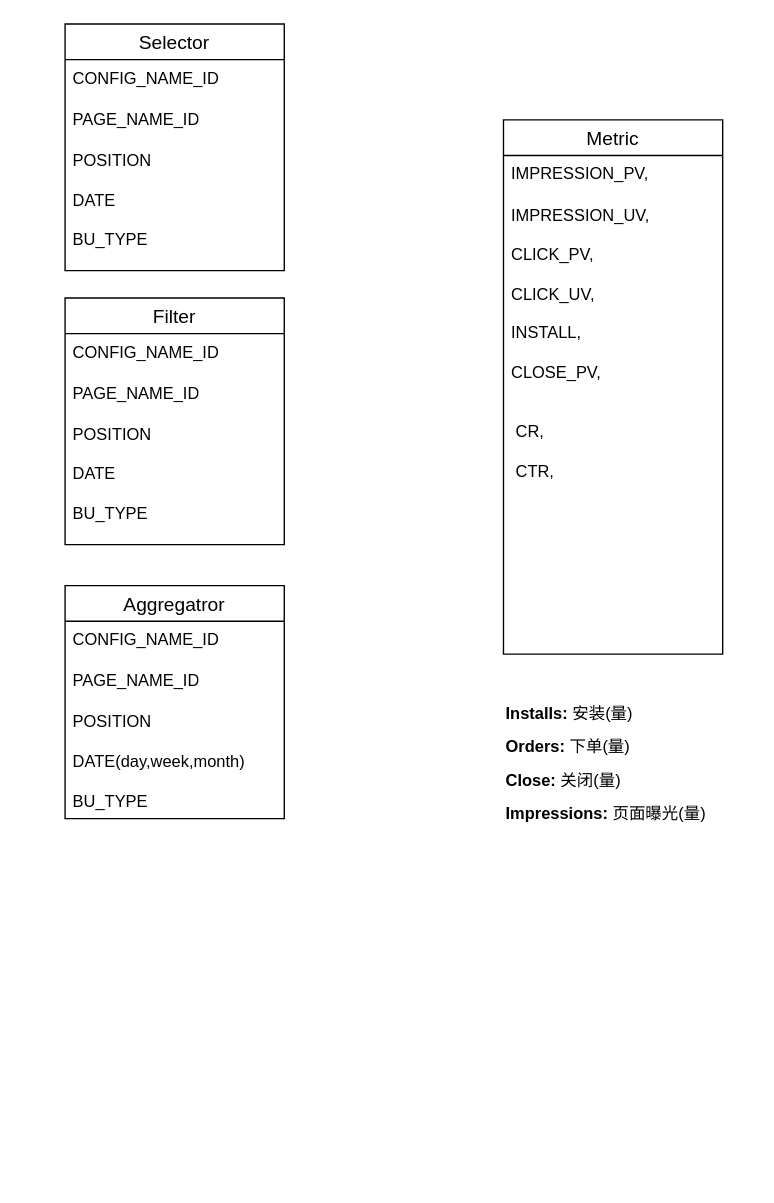
Earlier version of the draw.io diagram 未命名绘图.drawio (OpensourceHU/ImgRepo). Source tidied: cells renumbered, new cells numbered last; positions are measured from the earlier drawing's top-left corner, leaving out a move shared by most shapes. Both pictures are drawn from the tidied source at 137%, with x=0, y=0 at pixel (64, 23).
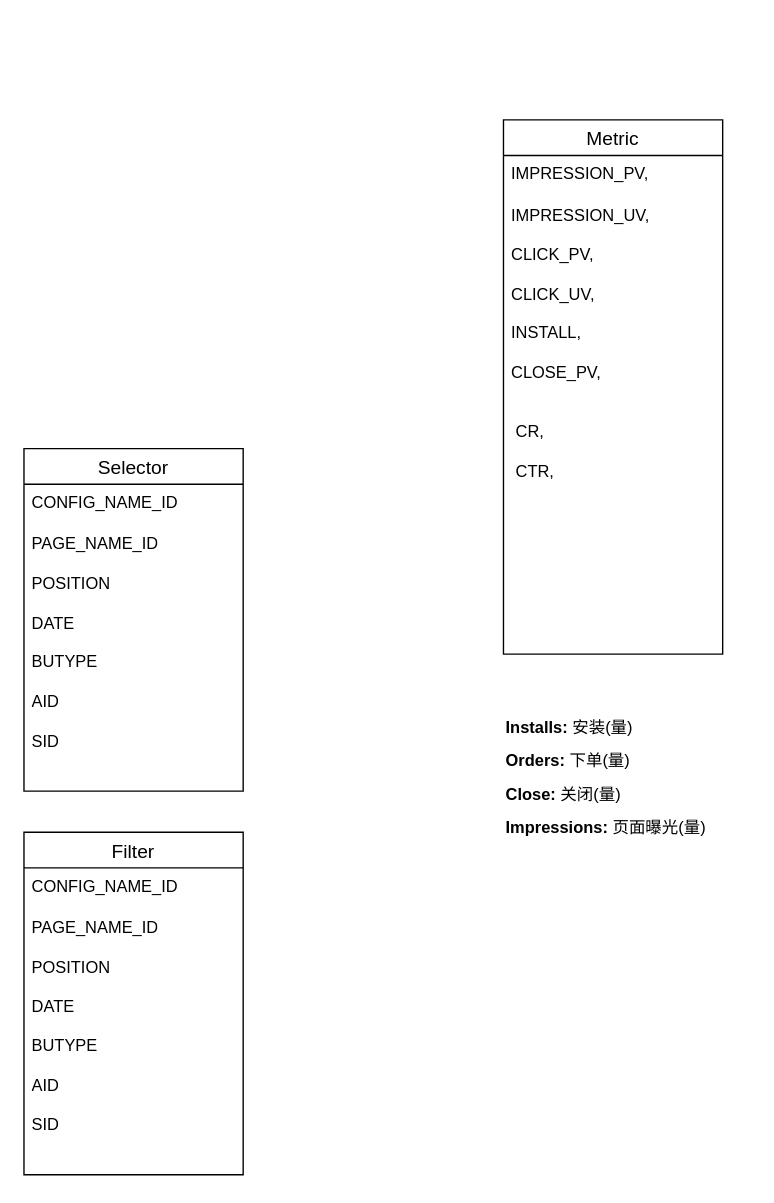
Above is the later version.

Commit message:
更新未命名绘图.drawio

Change to the diagram source:
```diff
@@
 <mxGraphModel>
   <root>
     <mxCell id="0" />
     <mxCell id="1" parent="0" />
-    <mxCell id="2" value="Selector" style="swimlane;fontStyle=0;horizontal=1;startSize=26;align=center;fontSize=14;" parent="1" vertex="1">
-      <mxGeometry width="160" height="180" as="geometry" />
-    </mxCell>
-    <mxCell id="3" value="CONFIG_NAME_ID" style="text;strokeColor=none;fillColor=none;spacingLeft=4;spacingRight=4;overflow=hidden;fontSize=12;whiteSpace=wrap;html=1;" parent="2" vertex="1">
-      <mxGeometry y="26" width="160" height="30" as="geometry" />
-    </mxCell>
-    <mxCell id="4" value="PAGE_NAME_ID" style="text;strokeColor=none;fillColor=none;spacingLeft=4;spacingRight=4;overflow=hidden;fontSize=12;whiteSpace=wrap;html=1;" parent="2" vertex="1">
-      <mxGeometry y="56" width="160" height="30" as="geometry" />
-    </mxCell>
-    <mxCell id="5" value="POSITION&lt;br&gt;&lt;br&gt;DATE&lt;br&gt;&lt;br&gt;BU_TYPE" style="text;strokeColor=none;fillColor=none;spacingLeft=4;spacingRight=4;overflow=hidden;fontSize=12;whiteSpace=wrap;html=1;" parent="2" vertex="1">
-      <mxGeometry y="86" width="160" height="94" as="geometry" />
-    </mxCell>
     <mxCell id="6" value="Filter" style="swimlane;fontStyle=0;horizontal=1;startSize=26;align=center;fontSize=14;" parent="1" vertex="1">
-      <mxGeometry y="200" width="160" height="180" as="geometry" />
+      <mxGeometry x="-30" y="590" width="160" height="250" as="geometry" />
     </mxCell>
     <mxCell id="7" value="CONFIG_NAME_ID" style="text;strokeColor=none;fillColor=none;spacingLeft=4;spacingRight=4;overflow=hidden;fontSize=12;whiteSpace=wrap;html=1;" parent="6" vertex="1">
       <mxGeometry y="26" width="160" height="30" as="geometry" />
     </mxCell>
-    <mxCell id="8" value="PAGE_NAME_ID" style="text;strokeColor=none;fillColor=none;spacingLeft=4;spacingRight=4;overflow=hidden;fontSize=12;whiteSpace=wrap;html=1;" parent="6" vertex="1">
-      <mxGeometry y="56" width="160" height="30" as="geometry" />
+    <mxCell id="8" value="PAGE_NAME_ID&lt;br&gt;&lt;br&gt;POSITION&lt;br&gt;&lt;br&gt;DATE&lt;br&gt;&lt;br&gt;BUTYPE&lt;br&gt;&lt;br&gt;AID&lt;br&gt;&lt;br&gt;SID" style="text;strokeColor=none;fillColor=none;spacingLeft=4;spacingRight=4;overflow=hidden;fontSize=12;whiteSpace=wrap;html=1;" parent="6" vertex="1">
+      <mxGeometry y="56" width="160" height="194" as="geometry" />
     </mxCell>
-    <mxCell id="9" value="POSITION&lt;br&gt;&lt;br&gt;DATE&lt;br&gt;&lt;br&gt;BU_TYPE" style="text;strokeColor=none;fillColor=none;spacingLeft=4;spacingRight=4;overflow=hidden;fontSize=12;whiteSpace=wrap;html=1;" parent="6" vertex="1">
-      <mxGeometry y="86" width="160" height="94" as="geometry" />
-    </mxCell>
     <mxCell id="10" value="Metric" style="swimlane;fontStyle=0;horizontal=1;startSize=26;align=center;fontSize=14;" parent="1" vertex="1">
       <mxGeometry x="320" y="70" width="160" height="390" as="geometry" />
     </mxCell>
     <mxCell id="11" value="IMPRESSION_PV," style="text;strokeColor=none;fillColor=none;spacingLeft=4;spacingRight=4;overflow=hidden;fontSize=12;whiteSpace=wrap;html=1;" parent="10" vertex="1">
       <mxGeometry y="26" width="160" height="30" as="geometry" />
     </mxCell>
     <mxCell id="12" value="IMPRESSION_UV,&lt;br&gt;&lt;br&gt;CLICK_PV,&lt;br&gt;&lt;br&gt;CLICK_UV,&lt;br&gt;&lt;br&gt;INSTALL,&lt;br&gt;&lt;br&gt;CLOSE_PV,&lt;br&gt;&lt;br&gt;&lt;br&gt;&amp;nbsp;CR,&lt;br&gt;&lt;br&gt;&amp;nbsp;CTR," style="text;strokeColor=none;fillColor=none;spacingLeft=4;spacingRight=4;overflow=hidden;fontSize=12;whiteSpace=wrap;html=1;" parent="10" vertex="1">
       <mxGeometry y="56" width="160" height="334" as="geometry" />
     </mxCell>
-    <mxCell id="13" value="Aggregatror" style="swimlane;fontStyle=0;horizontal=1;startSize=26;align=center;fontSize=14;" parent="1" vertex="1">
-      <mxGeometry y="410" width="160" height="170" as="geometry" />
-    </mxCell>
-    <mxCell id="14" value="CONFIG_NAME_ID" style="text;strokeColor=none;fillColor=none;spacingLeft=4;spacingRight=4;overflow=hidden;fontSize=12;whiteSpace=wrap;html=1;" parent="13" vertex="1">
-      <mxGeometry y="26" width="160" height="30" as="geometry" />
-    </mxCell>
-    <mxCell id="15" value="PAGE_NAME_ID" style="text;strokeColor=none;fillColor=none;spacingLeft=4;spacingRight=4;overflow=hidden;fontSize=12;whiteSpace=wrap;html=1;" parent="13" vertex="1">
-      <mxGeometry y="56" width="160" height="30" as="geometry" />
-    </mxCell>
-    <mxCell id="16" value="POSITION&lt;br&gt;&lt;br&gt;DATE(day,week,month)&lt;br&gt;&lt;br&gt;BU_TYPE" style="text;strokeColor=none;fillColor=none;spacingLeft=4;spacingRight=4;overflow=hidden;fontSize=12;whiteSpace=wrap;html=1;" parent="13" vertex="1">
-      <mxGeometry y="86" width="160" height="84" as="geometry" />
-    </mxCell>
     <mxCell id="17" value="&lt;p style=&quot;margin: 10px 0px 0px; padding: 0px;&quot;&gt;&lt;span style=&quot;color: rgb(0, 0, 0);&quot;&gt;&lt;strong&gt;&lt;label class=&quot;ant-checkbox-wrapper ant-checkbox-group-item&quot; style=&quot;text-align: left;&quot;&gt;Installs:&lt;span&gt;&amp;nbsp;&lt;/span&gt;&lt;/label&gt;&lt;/strong&gt;&lt;label class=&quot;ant-checkbox-wrapper ant-checkbox-group-item&quot; style=&quot;text-align: left;&quot;&gt;安装(量)&lt;/label&gt;&lt;/span&gt;&lt;/p&gt;&lt;p style=&quot;margin: 10px 0px 0px; padding: 0px;&quot;&gt;&lt;span style=&quot;color: rgb(0, 0, 0);&quot;&gt;&lt;strong&gt;&lt;label class=&quot;ant-checkbox-wrapper ant-checkbox-group-item&quot; style=&quot;text-align: left;&quot;&gt;Orders:&lt;span&gt;&amp;nbsp;&lt;/span&gt;&lt;/label&gt;&lt;/strong&gt;&lt;label class=&quot;ant-checkbox-wrapper ant-checkbox-group-item&quot; style=&quot;text-align: left;&quot;&gt;下单(量)&lt;/label&gt;&lt;/span&gt;&lt;/p&gt;&lt;p style=&quot;margin: 10px 0px 0px; padding: 0px;&quot;&gt;&lt;span style=&quot;color: rgb(0, 0, 0);&quot;&gt;&lt;strong&gt;&lt;label class=&quot;ant-checkbox-wrapper ant-checkbox-group-item&quot; style=&quot;text-align: left;&quot;&gt;Close:&lt;span&gt;&amp;nbsp;&lt;/span&gt;&lt;/label&gt;&lt;/strong&gt;&lt;label class=&quot;ant-checkbox-wrapper ant-checkbox-group-item&quot; style=&quot;text-align: left;&quot;&gt;关闭(量)&lt;/label&gt;&lt;/span&gt;&lt;/p&gt;&lt;p style=&quot;margin: 10px 0px 0px; padding: 0px;&quot;&gt;&lt;span style=&quot;color: rgb(0, 0, 0);&quot;&gt;&lt;strong&gt;&lt;label class=&quot;ant-checkbox-wrapper ant-checkbox-group-item&quot; style=&quot;text-align: left;&quot;&gt;Impressions:&lt;span&gt;&amp;nbsp;&lt;/span&gt;&lt;/label&gt;&lt;/strong&gt;&lt;label class=&quot;ant-checkbox-wrapper ant-checkbox-group-item&quot; style=&quot;text-align: left;&quot;&gt;页面曝光(量)&lt;/label&gt;&lt;/span&gt;&lt;/p&gt;&lt;p style=&quot;margin: 10px 0px 0px; padding: 0px;&quot;&gt;&lt;br style=&quot;color: rgb(23, 43, 77); font-family: -apple-system, BlinkMacSystemFont, &amp;quot;Segoe UI&amp;quot;, Roboto, Oxygen, Ubuntu, &amp;quot;Fira Sans&amp;quot;, &amp;quot;Droid Sans&amp;quot;, &amp;quot;Helvetica Neue&amp;quot;, sans-serif; font-size: 14px; font-style: normal; font-variant-ligatures: normal; font-variant-caps: normal; font-weight: 400; letter-spacing: normal; orphans: 2; text-align: start; text-indent: 0px; text-transform: none; widows: 2; word-spacing: 0px; -webkit-text-stroke-width: 0px; background-color: rgb(255, 255, 255); text-decoration-thickness: initial; text-decoration-style: initial; text-decoration-color: initial;&quot;&gt;&#10;&#10;&lt;/p&gt;" style="text;whiteSpace=wrap;html=1;" parent="1" vertex="1">
-      <mxGeometry x="320" y="480" width="180" height="170" as="geometry" />
+      <mxGeometry x="320" y="490" width="180" height="170" as="geometry" />
     </mxCell>
+    <mxCell id="2" value="Selector" style="swimlane;fontStyle=0;horizontal=1;startSize=26;align=center;fontSize=14;" parent="1" vertex="1">
+      <mxGeometry x="-30" y="310" width="160" height="250" as="geometry" />
+    </mxCell>
+    <mxCell id="18" value="CONFIG_NAME_ID" style="text;strokeColor=none;fillColor=none;spacingLeft=4;spacingRight=4;overflow=hidden;fontSize=12;whiteSpace=wrap;html=1;" parent="2" vertex="1">
+      <mxGeometry y="26" width="160" height="30" as="geometry" />
+    </mxCell>
+    <mxCell id="19" value="PAGE_NAME_ID&lt;br&gt;&lt;br&gt;POSITION&lt;br&gt;&lt;br&gt;DATE&lt;br&gt;&lt;br&gt;BUTYPE&lt;br&gt;&lt;br&gt;AID&lt;br&gt;&lt;br&gt;SID" style="text;strokeColor=none;fillColor=none;spacingLeft=4;spacingRight=4;overflow=hidden;fontSize=12;whiteSpace=wrap;html=1;" parent="2" vertex="1">
+      <mxGeometry y="56" width="160" height="194" as="geometry" />
+    </mxCell>
   </root>
 </mxGraphModel>
```
